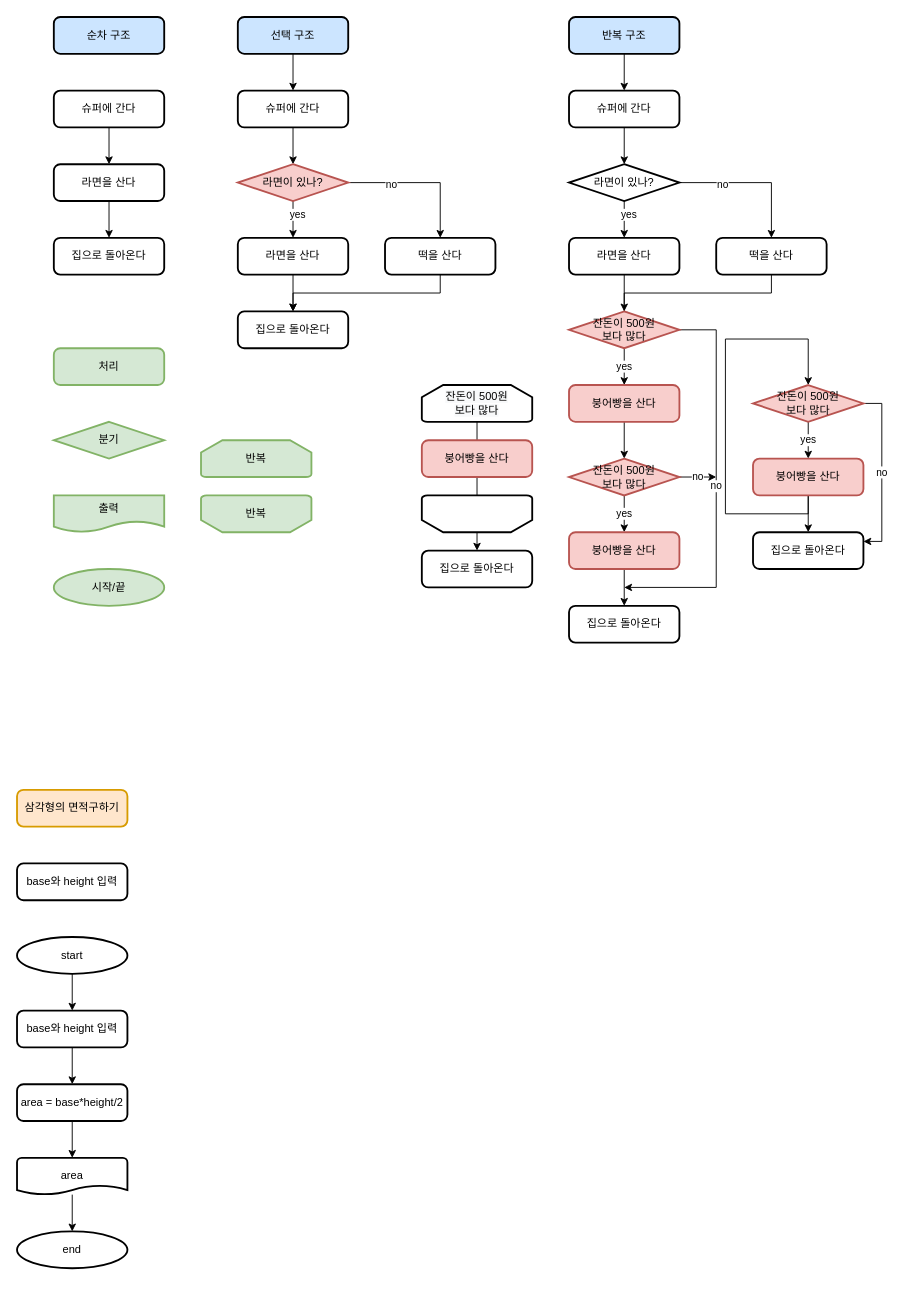
The draw.io diagram Untitled Diagram.drawio in garlic3/python_basic, before the edit. Source tidied: cells renumbered, new cells numbered last; positions are measured from the earlier drawing's top-left corner, leaving out a move shared by most shapes. Both pictures are drawn from the tidied source at 92%, with x=0, y=0 at pixel (17, 17).
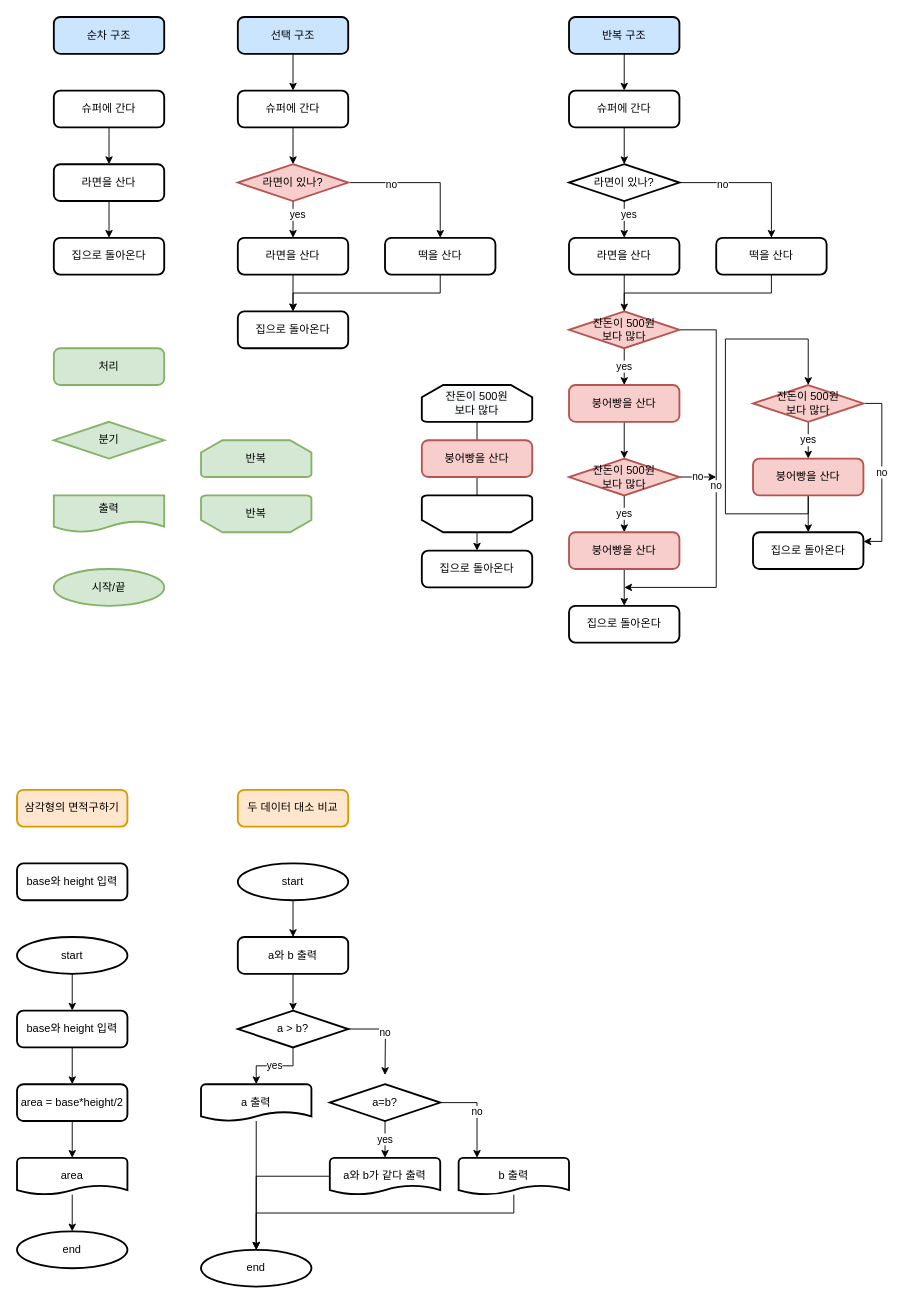
The same diagram, later.

Diff of the diagram source:
```diff
@@
+    <mxCell id="75" style="edgeStyle=orthogonalEdgeStyle;rounded=0;jettySize=auto;html=1;" parent="1" edge="1" source="76" target="79">
+      <mxGeometry relative="1" as="geometry" />
+    </mxCell>
+    <mxCell id="76" value="a와 b 출력" style="rounded=1;whiteSpace=wrap;html=1;absoluteArcSize=1;arcSize=14;strokeWidth=2;" parent="1" vertex="1">
+      <mxGeometry x="240" y="1000" width="120" height="40" as="geometry" />
+    </mxCell>
+    <mxCell id="77" value="yes" style="edgeStyle=orthogonalEdgeStyle;rounded=0;jettySize=auto;html=1;" parent="1" edge="1" source="79" target="81">
+      <mxGeometry relative="1" as="geometry" />
+    </mxCell>
+    <mxCell id="78" value="no" style="edgeStyle=orthogonalEdgeStyle;rounded=0;jettySize=auto;html=1;" parent="1" edge="1" source="79">
+      <mxGeometry relative="1" as="geometry">
+        <mxPoint x="400" y="1150" as="targetPoint" />
+      </mxGeometry>
+    </mxCell>
+    <mxCell id="79" value="a &amp;gt; b?" style="strokeWidth=2;html=1;shape=mxgraph.flowchart.decision;whiteSpace=wrap;" parent="1" vertex="1">
+      <mxGeometry x="240" y="1080" width="120" height="40" as="geometry" />
+    </mxCell>
+    <mxCell id="80" style="edgeStyle=orthogonalEdgeStyle;rounded=0;jettySize=auto;html=1;" parent="1" edge="1" source="81" target="86">
+      <mxGeometry relative="1" as="geometry" />
+    </mxCell>
+    <mxCell id="81" value="a 출력" style="strokeWidth=2;html=1;shape=mxgraph.flowchart.document2;whiteSpace=wrap;size=0.25;" parent="1" vertex="1">
+      <mxGeometry x="200" y="1160" width="120" height="40" as="geometry" />
+    </mxCell>
+    <mxCell id="82" style="edgeStyle=orthogonalEdgeStyle;rounded=0;jettySize=auto;html=1;" parent="1" edge="1" source="83" target="86">
+      <mxGeometry relative="1" as="geometry" />
+    </mxCell>
+    <mxCell id="83" value="a와 b가 같다 출력" style="strokeWidth=2;html=1;shape=mxgraph.flowchart.document2;whiteSpace=wrap;size=0.25;" parent="1" vertex="1">
+      <mxGeometry x="340" y="1240" width="120" height="40" as="geometry" />
+    </mxCell>
+    <mxCell id="84" style="edgeStyle=orthogonalEdgeStyle;rounded=0;jettySize=auto;html=1;" parent="1" edge="1" source="85">
+      <mxGeometry relative="1" as="geometry">
+        <mxPoint x="260" y="1340" as="targetPoint" />
+        <Array as="points">
+          <mxPoint x="540" y="1300" />
+          <mxPoint x="260" y="1300" />
+        </Array>
+      </mxGeometry>
+    </mxCell>
+    <mxCell id="85" value="b 출력" style="strokeWidth=2;html=1;shape=mxgraph.flowchart.document2;whiteSpace=wrap;size=0.25;" parent="1" vertex="1">
+      <mxGeometry x="480" y="1240" width="120" height="40" as="geometry" />
+    </mxCell>
+    <mxCell id="86" value="end" style="strokeWidth=2;html=1;shape=mxgraph.flowchart.start_2;whiteSpace=wrap;" parent="1" vertex="1">
+      <mxGeometry x="200" y="1340" width="120" height="40" as="geometry" />
+    </mxCell>
+    <mxCell id="87" style="edgeStyle=orthogonalEdgeStyle;rounded=0;jettySize=auto;html=1;" parent="1" edge="1" source="88" target="76">
+      <mxGeometry relative="1" as="geometry" />
+    </mxCell>
+    <mxCell id="88" value="start" style="strokeWidth=2;html=1;shape=mxgraph.flowchart.start_2;whiteSpace=wrap;" parent="1" vertex="1">
+      <mxGeometry x="240" y="920" width="120" height="40" as="geometry" />
+    </mxCell>
+    <mxCell id="89" value="yes" style="edgeStyle=orthogonalEdgeStyle;rounded=0;jettySize=auto;html=1;" parent="1" edge="1" source="91" target="83">
+      <mxGeometry relative="1" as="geometry" />
+    </mxCell>
+    <mxCell id="90" value="no" style="edgeStyle=orthogonalEdgeStyle;rounded=0;jettySize=auto;html=1;" parent="1" edge="1" source="91" target="85">
+      <mxGeometry relative="1" as="geometry">
+        <Array as="points">
+          <mxPoint x="500" y="1180" />
+        </Array>
+      </mxGeometry>
+    </mxCell>
+    <mxCell id="91" value="a=b?" style="strokeWidth=2;html=1;shape=mxgraph.flowchart.decision;whiteSpace=wrap;" parent="1" vertex="1">
+      <mxGeometry x="340" y="1160" width="120" height="40" as="geometry" />
+    </mxCell>
+    <mxCell id="92" value="두 데이터 대소 비교" style="rounded=1;whiteSpace=wrap;html=1;absoluteArcSize=1;arcSize=14;strokeWidth=2;fillColor=#ffe6cc;strokeColor=#d79b00;" parent="1" vertex="1">
+      <mxGeometry x="240" y="840" width="120" height="40" as="geometry" />
+    </mxCell>
```
